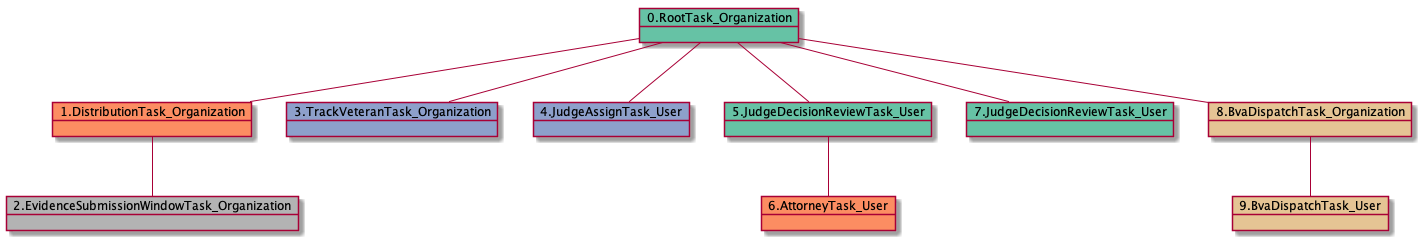
Before: docs-ES/uml/RTO.DTO.ESWTO.TVTO.JATU.ATU.JDRTU-15152.png, a diagram exported from PlantUML (yoomlam/graphing). Its diagram source:
```plantuml
@startuml
object 0.RootTask_Organization #66c2a5
object 1.DistributionTask_Organization #fc8d62
object 2.EvidenceSubmissionWindowTask_Organization #b3b3b3
object 3.TrackVeteranTask_Organization #8da0cb
object 4.JudgeAssignTask_User #8da0cb
object 5.JudgeDecisionReviewTask_User #66c2a5
object 6.AttorneyTask_User #fc8d62
object 7.JudgeDecisionReviewTask_User #66c2a5
object 8.BvaDispatchTask_Organization #e5c494
object 9.BvaDispatchTask_User #e5c494
0.RootTask_Organization -- 1.DistributionTask_Organization
1.DistributionTask_Organization -- 2.EvidenceSubmissionWindowTask_Organization
0.RootTask_Organization -- 3.TrackVeteranTask_Organization
0.RootTask_Organization -- 4.JudgeAssignTask_User
0.RootTask_Organization -- 5.JudgeDecisionReviewTask_User
5.JudgeDecisionReviewTask_User -- 6.AttorneyTask_User
0.RootTask_Organization -- 7.JudgeDecisionReviewTask_User
0.RootTask_Organization -- 8.BvaDispatchTask_Organization
8.BvaDispatchTask_Organization -- 9.BvaDispatchTask_User
@enduml
```
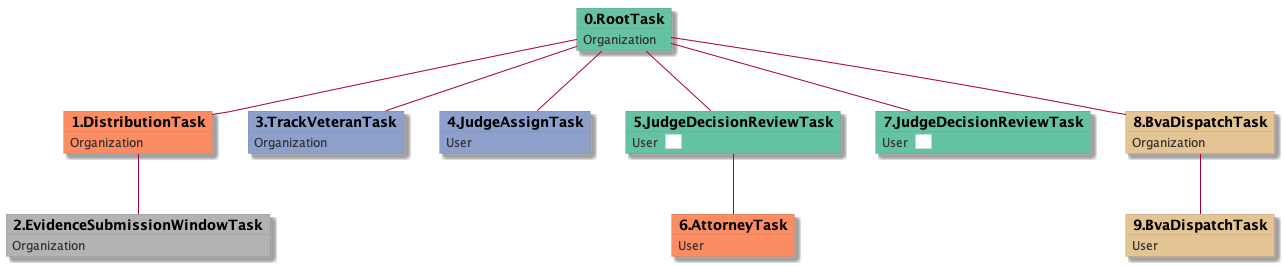
Later version of the same file.

The edit, as a diff of the source:
```diff
@@ -1,21 +1,49 @@
 @startuml
-object 0.RootTask_Organization #66c2a5
-object 1.DistributionTask_Organization #fc8d62
-object 2.EvidenceSubmissionWindowTask_Organization #b3b3b3
-object 3.TrackVeteranTask_Organization #8da0cb
-object 4.JudgeAssignTask_User #8da0cb
-object 5.JudgeDecisionReviewTask_User #66c2a5
-object 6.AttorneyTask_User #fc8d62
-object 7.JudgeDecisionReviewTask_User #66c2a5
-object 8.BvaDispatchTask_Organization #e5c494
-object 9.BvaDispatchTask_User #e5c494
-0.RootTask_Organization -- 1.DistributionTask_Organization
-1.DistributionTask_Organization -- 2.EvidenceSubmissionWindowTask_Organization
-0.RootTask_Organization -- 3.TrackVeteranTask_Organization
-0.RootTask_Organization -- 4.JudgeAssignTask_User
-0.RootTask_Organization -- 5.JudgeDecisionReviewTask_User
-5.JudgeDecisionReviewTask_User -- 6.AttorneyTask_User
-0.RootTask_Organization -- 7.JudgeDecisionReviewTask_User
-0.RootTask_Organization -- 8.BvaDispatchTask_Organization
-8.BvaDispatchTask_Organization -- 9.BvaDispatchTask_User
+skinparam {
+  ObjectBorderColor #555
+  ObjectBorderThickness 0
+  ObjectFontStyle bold
+  ObjectFontSize 14
+  ObjectAttributeFontColor #333
+  ObjectAttributeFontSize 12
+}
+  object 0.RootTask #66c2a5 {
+Organization
+}
+  object 1.DistributionTask #fc8d62 {
+Organization
+}
+  object 2.EvidenceSubmissionWindowTask #b3b3b3 {
+Organization
+}
+  object 3.TrackVeteranTask #8da0cb {
+Organization
+}
+  object 4.JudgeAssignTask #8da0cb {
+User
+}
+  object 5.JudgeDecisionReviewTask #66c2a5 {
+User  <back:white>    </back>
+}
+  object 6.AttorneyTask #fc8d62 {
+User
+}
+  object 7.JudgeDecisionReviewTask #66c2a5 {
+User  <back:white>    </back>
+}
+  object 8.BvaDispatchTask #e5c494 {
+Organization
+}
+  object 9.BvaDispatchTask #e5c494 {
+User
+}
+0.RootTask -- 1.DistributionTask
+1.DistributionTask -- 2.EvidenceSubmissionWindowTask
+0.RootTask -- 3.TrackVeteranTask
+0.RootTask -- 4.JudgeAssignTask
+0.RootTask -- 5.JudgeDecisionReviewTask
+5.JudgeDecisionReviewTask -- 6.AttorneyTask
+0.RootTask -- 7.JudgeDecisionReviewTask
+0.RootTask -- 8.BvaDispatchTask
+8.BvaDispatchTask -- 9.BvaDispatchTask
 @enduml
```
